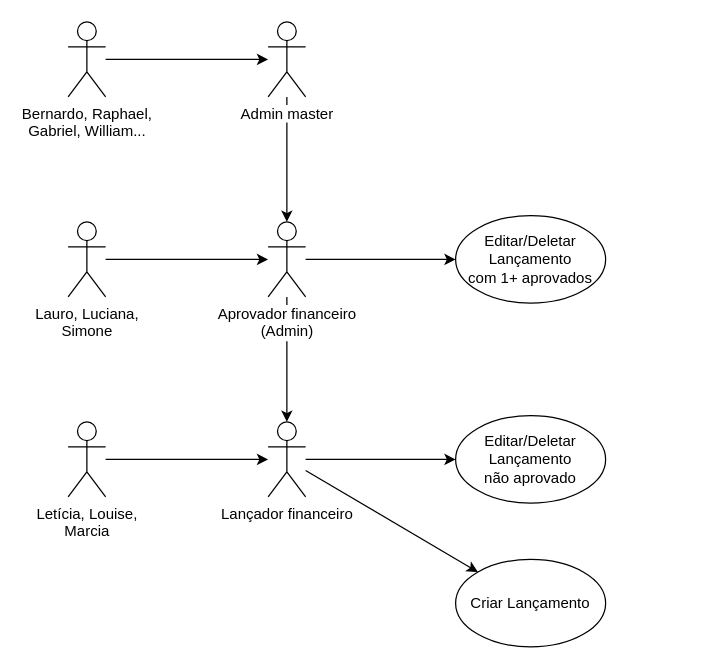
The draw.io diagram docs/diagramas/caso-de-uso/lancamento/caso-de-uso-lancamento.drawio in RJ-SMTR/api-cct, before the edit. Source tidied: cells renumbered, new cells numbered last; positions are measured from the earlier drawing's top-left corner, leaving out a move shared by most shapes. Both pictures are drawn from the tidied source at 125%, with x=0, y=0 at pixel (68, 21).
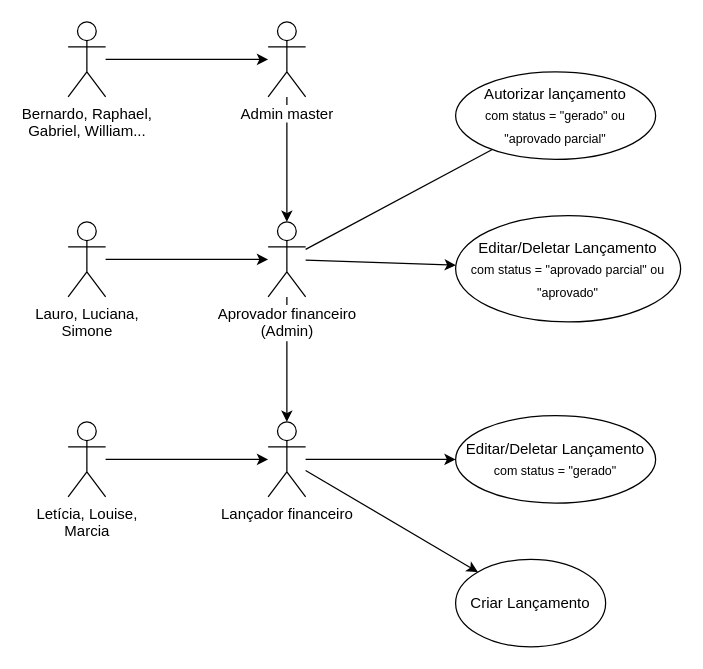
The same page after the edit.

Commit message (it also covers changes not shown here):
wip: lancamento logica dados

Unchanged cells that the change refers to:
```xml
<mxCell id="14" value="Aprovador financeiro&lt;br&gt;(Admin)" style="shape=umlActor;verticalLabelPosition=bottom;verticalAlign=top;html=1;outlineConnect=0;labelBackgroundColor=default;" parent="1" vertex="1">
  <mxGeometry x="160" y="160" width="30" height="60" as="geometry" />
</mxCell>
```

What changed in the source:
```diff
@@
-    <mxCell id="9" value="Editar/Deletar Lançamento&lt;br&gt;não aprovado" style="ellipse;whiteSpace=wrap;html=1;" parent="1" vertex="1">
-      <mxGeometry x="310" y="315" width="120" height="70" as="geometry" />
+    <mxCell id="9" value="Editar/Deletar Lançamento&lt;br&gt;&lt;sub&gt;com status = &quot;gerado&quot;&lt;/sub&gt;" style="ellipse;whiteSpace=wrap;html=1;" parent="1" vertex="1">
+      <mxGeometry x="310" y="315" width="160" height="70" as="geometry" />
     </mxCell>
@@
-    <mxCell id="13" value="Editar/Deletar Lançamento&lt;br&gt;com 1+ aprovados" style="ellipse;whiteSpace=wrap;html=1;" parent="1" vertex="1">
-      <mxGeometry x="310" y="155" width="120" height="70" as="geometry" />
+    <mxCell id="13" value="Editar/Deletar Lançamento&lt;br&gt;&lt;sub&gt;com status = &quot;aprovado parcial&quot; ou &quot;aprovado&quot;&lt;/sub&gt;" style="ellipse;whiteSpace=wrap;html=1;" parent="1" vertex="1">
+      <mxGeometry x="310" y="155" width="180" height="85" as="geometry" />
     </mxCell>
+    <mxCell id="19" style="edgeStyle=none;html=1;endArrow=none;endFill=0;" parent="1" edge="1" source="14" target="20">
+      <mxGeometry relative="1" as="geometry" />
+    </mxCell>
@@
+    <mxCell id="20" value="Autorizar lançamento&lt;br&gt;&lt;sub&gt;com status = &quot;gerado&quot; ou &quot;aprovado parcial&quot;&lt;/sub&gt;" style="ellipse;whiteSpace=wrap;html=1;" parent="1" vertex="1">
+      <mxGeometry x="310" y="40" width="160" height="70" as="geometry" />
+    </mxCell>
```
